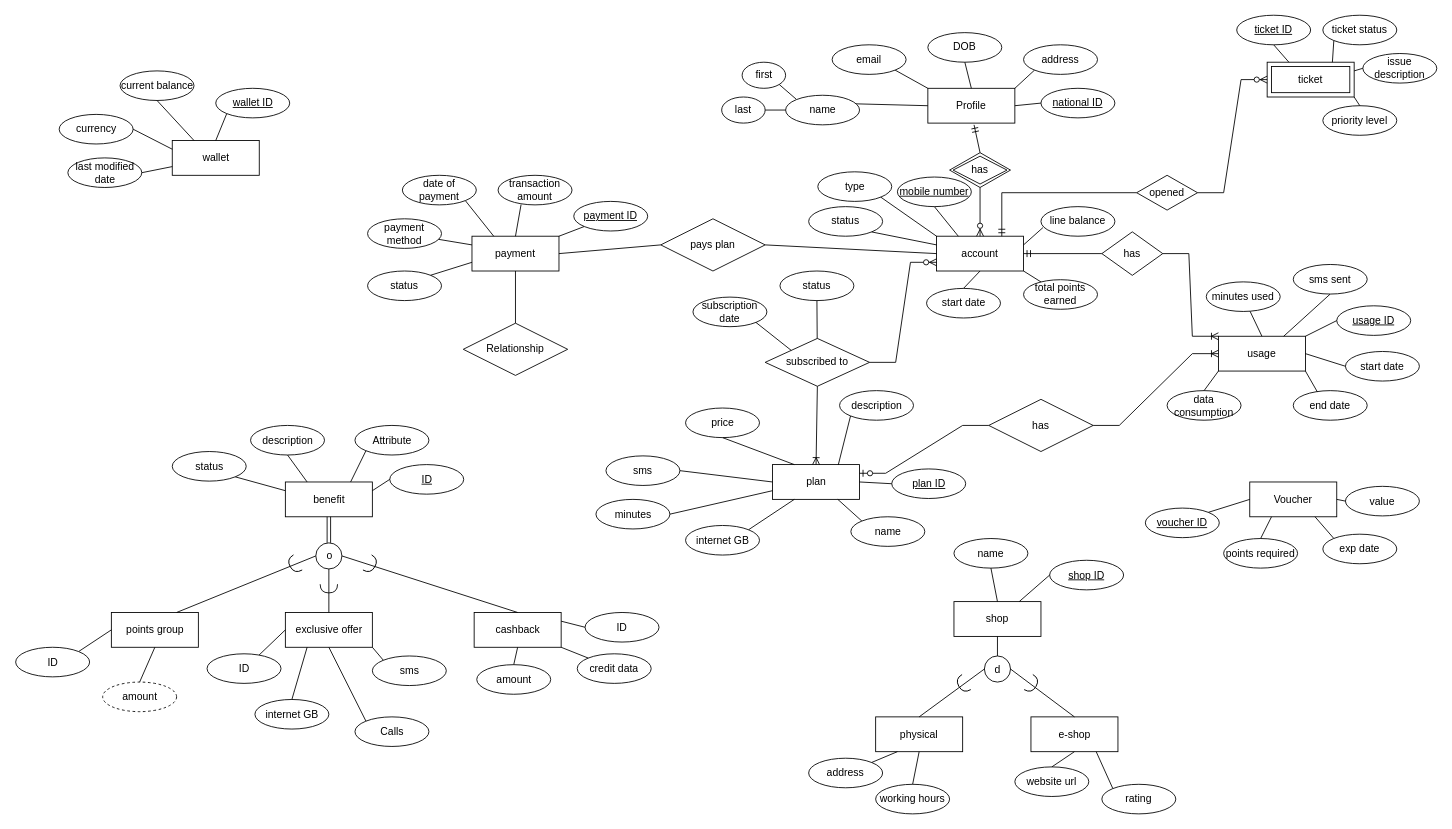
Earlier version of the draw.io diagram Milestone1_EERD.drawio (rogereliass/Telecom-Customer-Data-Management-System). Source tidied: cells renumbered, new cells numbered last; positions are measured from the earlier drawing's top-left corner, leaving out a move shared by most shapes. Both pictures are drawn from the tidied source at 87%, with x=0, y=0 at pixel (16, 15).
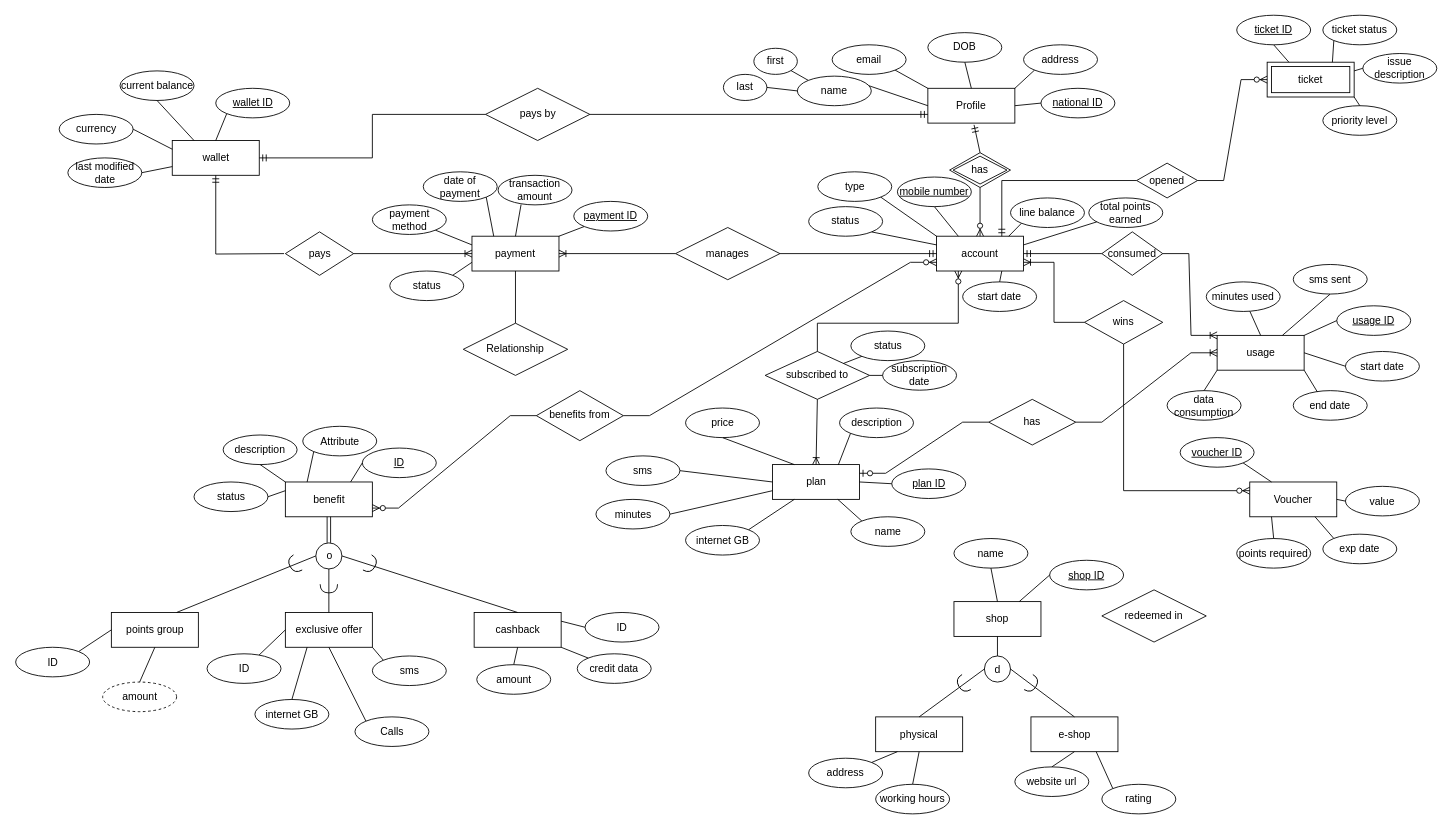
The same diagram, later.

The change refers to these unchanged cells:
```xml
<mxCell id="2" value="Profile" style="whiteSpace=wrap;html=1;align=center;direction=west;labelBackgroundColor=none;" parent="1" vertex="1">
  <mxGeometry x="1048" y="84" width="100" height="40" as="geometry" />
</mxCell>
<mxCell id="33" value="payment" style="whiteSpace=wrap;html=1;align=center;" parent="1" vertex="1">
  <mxGeometry x="524" y="254" width="100" height="40" as="geometry" />
</mxCell>
<mxCell id="79" value="wallet" style="whiteSpace=wrap;html=1;align=center;" parent="1" vertex="1">
  <mxGeometry x="179.5" y="144" width="100" height="40" as="geometry" />
</mxCell>
<mxCell id="88" value="benefit" style="whiteSpace=wrap;html=1;align=center;" parent="1" vertex="1">
  <mxGeometry x="309.5" y="536.5" width="100" height="40" as="geometry" />
</mxCell>
<mxCell id="125" value="Voucher" style="whiteSpace=wrap;html=1;align=center;" parent="1" vertex="1">
  <mxGeometry x="1418" y="536.5" width="100" height="40" as="geometry" />
</mxCell>
```

The edit, as a diff of the source:
```diff
@@
     <mxCell id="7" value="first" style="ellipse;whiteSpace=wrap;html=1;align=center;labelBackgroundColor=none;" parent="1" vertex="1">
-      <mxGeometry x="834.5" y="54" width="50" height="30" as="geometry" />
+      <mxGeometry x="848" y="38" width="50" height="30" as="geometry" />
     </mxCell>
     <mxCell id="8" value="last" style="ellipse;whiteSpace=wrap;html=1;align=center;labelBackgroundColor=none;" parent="1" vertex="1">
-      <mxGeometry x="811" y="94" width="50" height="30" as="geometry" />
+      <mxGeometry x="813" y="68" width="50" height="30" as="geometry" />
     </mxCell>
@@
-    <mxCell id="10" value="account" style="shape=label;margin=3;double=1;whiteSpace=wrap;html=1;align=center;labelBackgroundColor=none;" parent="1" vertex="1">
+    <mxCell id="10" value="account" style="shape=label;margin=3;double=1;whiteSpace=wrap;html=1;align=center;labelBackgroundColor=none;points=[[0,0,0,0,0],[0,0.25,0,0,0],[0,0.5,0,0,0],[0,0.75,0,0,0],[0,1,0,0,0],[0.17,0,0,0,0],[0.17,1,0,0,0],[0.25,0,0,0,0],[0.25,1,0,0,0],[0.33,0,0,0,0],[0.33,1,0,0,0],[0.5,0,0,0,0],[0.5,1,0,0,0],[0.67,0,0,0,0],[0.67,1,0,0,0],[0.75,0,0,0,0],[0.75,1,0,0,0],[0.83,0,0,0,0],[0.83,1,0,0,0],[1,0,0,0,0],[1,0.25,0,0,0],[1,0.5,0,0,0],[1,0.75,0,0,0],[1,1,0,0,0]];" parent="1" vertex="1">
       <mxGeometry x="1058" y="254" width="100" height="40" as="geometry" />
     </mxCell>
@@
     <mxCell id="12" value="total points earned" style="ellipse;whiteSpace=wrap;html=1;align=center;labelBackgroundColor=none;" parent="1" vertex="1">
-      <mxGeometry x="1158" y="304" width="85" height="34" as="geometry" />
+      <mxGeometry x="1233" y="210" width="85" height="34" as="geometry" />
     </mxCell>
     <mxCell id="13" value="line balance" style="ellipse;whiteSpace=wrap;html=1;align=center;labelBackgroundColor=none;" parent="1" vertex="1">
-      <mxGeometry x="1178" y="220" width="85" height="34" as="geometry" />
+      <mxGeometry x="1143" y="210" width="85" height="34" as="geometry" />
     </mxCell>
@@
     <mxCell id="15" value="start date" style="ellipse;whiteSpace=wrap;html=1;align=center;labelBackgroundColor=none;" parent="1" vertex="1">
-      <mxGeometry x="1046.5" y="314" width="85" height="34" as="geometry" />
+      <mxGeometry x="1088" y="306.5" width="85" height="34" as="geometry" />
     </mxCell>
     <mxCell id="16" value="subscribed to" style="shape=rhombus;perimeter=rhombusPerimeter;whiteSpace=wrap;html=1;align=center;" parent="1" vertex="1">
-      <mxGeometry x="861" y="371.5" width="120" height="55" as="geometry" />
+      <mxGeometry x="861" y="386.5" width="120" height="55" as="geometry" />
     </mxCell>
@@
     <mxCell id="18" value="subscription date" style="ellipse;whiteSpace=wrap;html=1;align=center;" parent="1" vertex="1">
-      <mxGeometry x="778" y="324" width="85" height="34" as="geometry" />
+      <mxGeometry x="996" y="397" width="85" height="34" as="geometry" />
     </mxCell>
     <mxCell id="19" value="status" style="ellipse;whiteSpace=wrap;html=1;align=center;" parent="1" vertex="1">
-      <mxGeometry x="878" y="294" width="85" height="34" as="geometry" />
+      <mxGeometry x="959.5" y="363" width="85" height="34" as="geometry" />
     </mxCell>
     <mxCell id="20" value="description" style="ellipse;whiteSpace=wrap;html=1;align=center;" parent="1" vertex="1">
-      <mxGeometry x="946.5" y="431.5" width="85" height="34" as="geometry" />
+      <mxGeometry x="946.5" y="451.5" width="85" height="34" as="geometry" />
     </mxCell>
@@
     <mxCell id="27" value="usage" style="whiteSpace=wrap;html=1;align=center;" parent="1" vertex="1">
-      <mxGeometry x="1382" y="369" width="100" height="40" as="geometry" />
+      <mxGeometry x="1380.5" y="368" width="100" height="40" as="geometry" />
     </mxCell>
@@
-    <mxCell id="34" value="pays plan" style="shape=rhombus;perimeter=rhombusPerimeter;whiteSpace=wrap;html=1;align=center;" parent="1" vertex="1">
-      <mxGeometry x="741" y="234" width="120" height="60" as="geometry" />
+    <mxCell id="34" value="manages" style="shape=rhombus;perimeter=rhombusPerimeter;whiteSpace=wrap;html=1;align=center;" parent="1" vertex="1">
+      <mxGeometry x="758" y="244" width="120" height="60" as="geometry" />
     </mxCell>
-    <mxCell id="35" style="endArrow=none;html=1;rounded=0;exitX=1;exitY=0.5;exitDx=0;exitDy=0;entryX=0;entryY=0.5;entryDx=0;entryDy=0;" parent="1" edge="1" source="34" target="10">
-      <mxGeometry relative="1" as="geometry" />
-    </mxCell>
@@
-    <mxCell id="37" style="endArrow=none;html=1;rounded=0;exitX=1;exitY=0.5;exitDx=0;exitDy=0;entryX=0;entryY=0.5;entryDx=0;entryDy=0;" parent="1" edge="1" source="33" target="34">
-      <mxGeometry relative="1" as="geometry" />
-    </mxCell>
@@
     <mxCell id="41" value="date of payment" style="ellipse;whiteSpace=wrap;html=1;align=center;" parent="1" vertex="1">
-      <mxGeometry x="444" y="184" width="85" height="34" as="geometry" />
+      <mxGeometry x="468" y="180" width="85" height="34" as="geometry" />
     </mxCell>
     <mxCell id="42" value="payment method" style="ellipse;whiteSpace=wrap;html=1;align=center;" parent="1" vertex="1">
-      <mxGeometry x="404" y="234" width="85" height="34" as="geometry" />
+      <mxGeometry x="409.5" y="218" width="85" height="34" as="geometry" />
     </mxCell>
     <mxCell id="43" value="status" style="ellipse;whiteSpace=wrap;html=1;align=center;" parent="1" vertex="1">
-      <mxGeometry x="404" y="294" width="85" height="34" as="geometry" />
+      <mxGeometry x="429.5" y="294" width="85" height="34" as="geometry" />
     </mxCell>
@@
     <mxCell id="52" value="name" style="ellipse;whiteSpace=wrap;html=1;align=center;labelBackgroundColor=none;" parent="1" vertex="1">
-      <mxGeometry x="884.5" y="92" width="85" height="34" as="geometry" />
+      <mxGeometry x="898" y="70" width="85" height="34" as="geometry" />
     </mxCell>
@@
-    <mxCell id="61" style="endArrow=none;html=1;rounded=0;entryX=1;entryY=0.25;entryDx=0;entryDy=0;exitX=0.027;exitY=0.708;exitDx=0;exitDy=0;exitPerimeter=0;" parent="1" edge="1" source="13" target="10">
+    <mxCell id="61" style="endArrow=none;html=1;rounded=0;entryX=0.83;entryY=0;entryDx=0;entryDy=0;entryPerimeter=0;exitX=0;exitY=1;exitDx=0;exitDy=0;" parent="1" edge="1" source="13" target="10">
       <mxGeometry relative="1" as="geometry" />
     </mxCell>
-    <mxCell id="62" style="endArrow=none;html=1;rounded=0;exitX=0.5;exitY=0;exitDx=0;exitDy=0;entryX=0.5;entryY=1;entryDx=0;entryDy=0;" parent="1" edge="1" source="15" target="10">
+    <mxCell id="62" style="endArrow=none;html=1;rounded=0;exitX=0.5;exitY=0;exitDx=0;exitDy=0;entryX=0.75;entryY=1;entryDx=0;entryDy=0;" parent="1" edge="1" source="15" target="10">
       <mxGeometry relative="1" as="geometry" />
     </mxCell>
-    <mxCell id="63" style="endArrow=none;html=1;rounded=0;entryX=1;entryY=1;entryDx=0;entryDy=0;" parent="1" edge="1" source="12" target="10">
+    <mxCell id="63" style="endArrow=none;html=1;rounded=0;entryX=1;entryY=0.25;entryDx=0;entryDy=0;entryPerimeter=0;" parent="1" edge="1" source="12" target="10">
       <mxGeometry relative="1" as="geometry" />
     </mxCell>
@@
-    <mxCell id="77" style="endArrow=none;html=1;rounded=0;entryX=0.5;entryY=1;entryDx=0;entryDy=0;" parent="1" edge="1" source="16" target="19">
+    <mxCell id="77" style="endArrow=none;html=1;rounded=0;entryX=0;entryY=1;entryDx=0;entryDy=0;exitX=1;exitY=0;exitDx=0;exitDy=0;" parent="1" edge="1" source="16" target="19">
       <mxGeometry relative="1" as="geometry" />
     </mxCell>
-    <mxCell id="78" style="endArrow=none;html=1;rounded=0;entryX=0;entryY=0;entryDx=0;entryDy=0;exitX=1;exitY=1;exitDx=0;exitDy=0;" parent="1" edge="1" source="18" target="16">
+    <mxCell id="78" style="endArrow=none;html=1;rounded=0;entryX=1;entryY=0.5;entryDx=0;entryDy=0;exitX=0;exitY=0.5;exitDx=0;exitDy=0;" parent="1" edge="1" source="18" target="16">
       <mxGeometry relative="1" as="geometry" />
     </mxCell>
@@
     <mxCell id="89" value="Attribute" style="ellipse;whiteSpace=wrap;html=1;align=center;" parent="1" vertex="1">
-      <mxGeometry x="389.5" y="471.5" width="85" height="34" as="geometry" />
+      <mxGeometry x="329.5" y="472.5" width="85" height="34" as="geometry" />
     </mxCell>
     <mxCell id="90" value="status" style="ellipse;whiteSpace=wrap;html=1;align=center;" parent="1" vertex="1">
-      <mxGeometry x="179.5" y="501.5" width="85" height="34" as="geometry" />
+      <mxGeometry x="204.5" y="536.5" width="85" height="34" as="geometry" />
     </mxCell>
     <mxCell id="91" value="description" style="ellipse;whiteSpace=wrap;html=1;align=center;" parent="1" vertex="1">
-      <mxGeometry x="269.5" y="471.5" width="85" height="34" as="geometry" />
+      <mxGeometry x="238" y="482.5" width="85" height="34" as="geometry" />
     </mxCell>
     <mxCell id="92" value="ID" style="ellipse;whiteSpace=wrap;html=1;align=center;fontStyle=4;" parent="1" vertex="1">
-      <mxGeometry x="429.5" y="516.5" width="85" height="34" as="geometry" />
+      <mxGeometry x="398" y="497.5" width="85" height="34" as="geometry" />
     </mxCell>
-    <mxCell id="93" style="endArrow=none;html=1;rounded=0;exitX=1;exitY=0.25;exitDx=0;exitDy=0;entryX=0;entryY=0.5;entryDx=0;entryDy=0;" parent="1" edge="1" source="88" target="92">
+    <mxCell id="93" style="endArrow=none;html=1;rounded=0;exitX=0.75;exitY=0;exitDx=0;exitDy=0;entryX=0;entryY=0.5;entryDx=0;entryDy=0;" parent="1" edge="1" source="88" target="92">
       <mxGeometry relative="1" as="geometry" />
     </mxCell>
-    <mxCell id="94" style="endArrow=none;html=1;rounded=0;exitX=0.75;exitY=0;exitDx=0;exitDy=0;entryX=0;entryY=1;entryDx=0;entryDy=0;" parent="1" edge="1" source="88" target="89">
+    <mxCell id="94" style="endArrow=none;html=1;rounded=0;exitX=0.25;exitY=0;exitDx=0;exitDy=0;entryX=0;entryY=1;entryDx=0;entryDy=0;" parent="1" edge="1" source="88" target="89">
       <mxGeometry relative="1" as="geometry" />
     </mxCell>
-    <mxCell id="95" style="endArrow=none;html=1;rounded=0;exitX=0.25;exitY=0;exitDx=0;exitDy=0;entryX=0.5;entryY=1;entryDx=0;entryDy=0;" parent="1" edge="1" source="88" target="91">
+    <mxCell id="95" style="endArrow=none;html=1;rounded=0;exitX=0;exitY=0;exitDx=0;exitDy=0;entryX=0.5;entryY=1;entryDx=0;entryDy=0;" parent="1" edge="1" source="88" target="91">
       <mxGeometry relative="1" as="geometry" />
     </mxCell>
-    <mxCell id="96" style="endArrow=none;html=1;rounded=0;exitX=0;exitY=0.25;exitDx=0;exitDy=0;entryX=1;entryY=1;entryDx=0;entryDy=0;" parent="1" edge="1" source="88" target="90">
+    <mxCell id="96" style="endArrow=none;html=1;rounded=0;exitX=0;exitY=0.25;exitDx=0;exitDy=0;entryX=1;entryY=0.5;entryDx=0;entryDy=0;" parent="1" edge="1" source="88" target="90">
       <mxGeometry relative="1" as="geometry" />
     </mxCell>
@@
     <mxCell id="130" value="points required" style="ellipse;whiteSpace=wrap;html=1;align=center;" parent="1" vertex="1">
-      <mxGeometry x="1388" y="601.5" width="85" height="34" as="geometry" />
+      <mxGeometry x="1403" y="601.5" width="85" height="34" as="geometry" />
     </mxCell>
@@
     <mxCell id="135" value="voucher ID" style="ellipse;whiteSpace=wrap;html=1;align=center;fontStyle=4;" parent="1" vertex="1">
-      <mxGeometry x="1298" y="566.5" width="85" height="34" as="geometry" />
+      <mxGeometry x="1338" y="485.5" width="85" height="34" as="geometry" />
     </mxCell>
-    <mxCell id="136" style="endArrow=none;html=1;rounded=0;entryX=1;entryY=0;entryDx=0;entryDy=0;exitX=0;exitY=0.5;exitDx=0;exitDy=0;" parent="1" edge="1" source="125" target="135">
+    <mxCell id="136" style="endArrow=none;html=1;rounded=0;entryX=1;entryY=1;entryDx=0;entryDy=0;exitX=0.25;exitY=0;exitDx=0;exitDy=0;" parent="1" edge="1" source="125" target="135">
       <mxGeometry relative="1" as="geometry" />
     </mxCell>
     <mxCell id="137" value="has" style="shape=rhombus;perimeter=rhombusPerimeter;whiteSpace=wrap;html=1;align=center;" parent="1" vertex="1">
-      <mxGeometry x="1118" y="441.5" width="120" height="60" as="geometry" />
+      <mxGeometry x="1118" y="441.5" width="100" height="52.5" as="geometry" />
     </mxCell>
@@
-    <mxCell id="140" style="edgeStyle=entityRelationEdgeStyle;fontSize=12;html=1;endArrow=ERzeroToMany;endFill=1;rounded=0;entryX=0;entryY=0.75;entryDx=0;entryDy=0;" parent="1" edge="1" source="16" target="10">
-      <mxGeometry relative="1" as="geometry" />
+    <mxCell id="140" style="fontSize=12;html=1;endArrow=ERzeroToMany;endFill=1;rounded=0;entryX=0.25;entryY=1;entryDx=0;entryDy=0;edgeStyle=elbowEdgeStyle;elbow=vertical;" parent="1" edge="1" source="16" target="10">
+      <mxGeometry relative="1" as="geometry">
+        <Array as="points">
+          <mxPoint x="1008" y="354" />
+        </Array>
+      </mxGeometry>
     </mxCell>
@@
-    <mxCell id="145" value="has" style="shape=rhombus;perimeter=rhombusPerimeter;whiteSpace=wrap;html=1;align=center;" parent="1" vertex="1">
+    <mxCell id="145" value="consumed" style="shape=rhombus;perimeter=rhombusPerimeter;whiteSpace=wrap;html=1;align=center;" parent="1" vertex="1">
       <mxGeometry x="1248" y="249" width="70" height="50" as="geometry" />
     </mxCell>
@@
     <mxCell id="179" value="opened" style="shape=rhombus;perimeter=rhombusPerimeter;whiteSpace=wrap;html=1;align=center;" parent="1" vertex="1">
-      <mxGeometry x="1288" y="184" width="70" height="40" as="geometry" />
+      <mxGeometry x="1288" y="170" width="70" height="40" as="geometry" />
     </mxCell>
@@
+    <mxCell id="35" style="fontSize=12;html=1;endArrow=ERmandOne;rounded=0;entryX=0;entryY=0.5;entryDx=0;entryDy=0;exitX=1;exitY=0.5;exitDx=0;exitDy=0;" parent="1" edge="1" source="34" target="10">
+      <mxGeometry relative="1" as="geometry" />
+    </mxCell>
+    <mxCell id="183" style="fontSize=12;html=1;endArrow=ERoneToMany;rounded=0;entryX=1;entryY=0.5;entryDx=0;entryDy=0;exitX=0;exitY=0.5;exitDx=0;exitDy=0;" parent="1" edge="1" source="34" target="33">
+      <mxGeometry relative="1" as="geometry" />
+    </mxCell>
+    <mxCell id="184" value="pays" style="shape=rhombus;perimeter=rhombusPerimeter;whiteSpace=wrap;html=1;align=center;" parent="1" vertex="1">
+      <mxGeometry x="309.5" y="249" width="78.5" height="50" as="geometry" />
+    </mxCell>
+    <mxCell id="185" style="fontSize=12;html=1;endArrow=ERoneToMany;rounded=0;entryX=0;entryY=0.5;entryDx=0;entryDy=0;exitX=1;exitY=0.5;exitDx=0;exitDy=0;" parent="1" edge="1" source="184" target="33">
+      <mxGeometry relative="1" as="geometry" />
+    </mxCell>
+    <mxCell id="186" style="edgeStyle=orthogonalEdgeStyle;fontSize=12;html=1;endArrow=ERmandOne;rounded=0;entryX=0.5;entryY=1;entryDx=0;entryDy=0;" parent="1" edge="1" target="79">
+      <mxGeometry relative="1" as="geometry">
+        <mxPoint x="308" y="274" as="sourcePoint" />
+      </mxGeometry>
+    </mxCell>
+    <mxCell id="187" value="pays by" style="shape=rhombus;perimeter=rhombusPerimeter;whiteSpace=wrap;html=1;align=center;" parent="1" vertex="1">
+      <mxGeometry x="539.5" y="84" width="120" height="60" as="geometry" />
+    </mxCell>
+    <mxCell id="188" style="fontSize=12;html=1;endArrow=ERmandOne;rounded=0;entryX=1;entryY=0.25;entryDx=0;entryDy=0;exitX=1;exitY=0.5;exitDx=0;exitDy=0;" parent="1" edge="1" source="187" target="2">
+      <mxGeometry relative="1" as="geometry" />
+    </mxCell>
+    <mxCell id="189" style="fontSize=12;html=1;endArrow=ERmandOne;rounded=0;entryX=1;entryY=0.5;entryDx=0;entryDy=0;exitX=0;exitY=0.5;exitDx=0;exitDy=0;edgeStyle=orthogonalEdgeStyle;" parent="1" edge="1" source="187" target="79">
+      <mxGeometry relative="1" as="geometry" />
+    </mxCell>
+    <mxCell id="190" value="benefits from" style="shape=rhombus;perimeter=rhombusPerimeter;whiteSpace=wrap;html=1;align=center;" parent="1" vertex="1">
+      <mxGeometry x="598" y="431.5" width="100" height="57.5" as="geometry" />
+    </mxCell>
+    <mxCell id="191" style="edgeStyle=entityRelationEdgeStyle;fontSize=12;html=1;endArrow=ERzeroToMany;endFill=1;rounded=0;entryX=0;entryY=0.75;entryDx=0;entryDy=0;exitX=1;exitY=0.5;exitDx=0;exitDy=0;" parent="1" edge="1" source="190" target="10">
+      <mxGeometry relative="1" as="geometry" />
+    </mxCell>
+    <mxCell id="192" style="edgeStyle=entityRelationEdgeStyle;fontSize=12;html=1;endArrow=ERzeroToMany;endFill=1;rounded=0;entryX=1;entryY=0.75;entryDx=0;entryDy=0;exitX=0;exitY=0.5;exitDx=0;exitDy=0;" parent="1" edge="1" source="190" target="88">
+      <mxGeometry relative="1" as="geometry" />
+    </mxCell>
+    <mxCell id="193" value="wins" style="shape=rhombus;perimeter=rhombusPerimeter;whiteSpace=wrap;html=1;align=center;" parent="1" vertex="1">
+      <mxGeometry x="1228" y="328" width="90" height="50" as="geometry" />
+    </mxCell>
+    <mxCell id="194" style="fontSize=12;html=1;endArrow=ERzeroToMany;endFill=1;rounded=0;entryX=0;entryY=0.25;entryDx=0;entryDy=0;exitX=0.5;exitY=1;exitDx=0;exitDy=0;edgeStyle=orthogonalEdgeStyle;" parent="1" edge="1" source="193" target="125">
+      <mxGeometry relative="1" as="geometry" />
+    </mxCell>
+    <mxCell id="195" style="edgeStyle=orthogonalEdgeStyle;fontSize=12;html=1;endArrow=ERoneToMany;rounded=0;entryX=1;entryY=0.75;entryDx=0;entryDy=0;entryPerimeter=0;" parent="1" edge="1" source="193" target="10">
+      <mxGeometry relative="1" as="geometry" />
+    </mxCell>
+    <mxCell id="196" value="redeemed in" style="shape=rhombus;perimeter=rhombusPerimeter;whiteSpace=wrap;html=1;align=center;" parent="1" vertex="1">
+      <mxGeometry x="1248" y="660.5" width="120" height="60" as="geometry" />
+    </mxCell>
```
